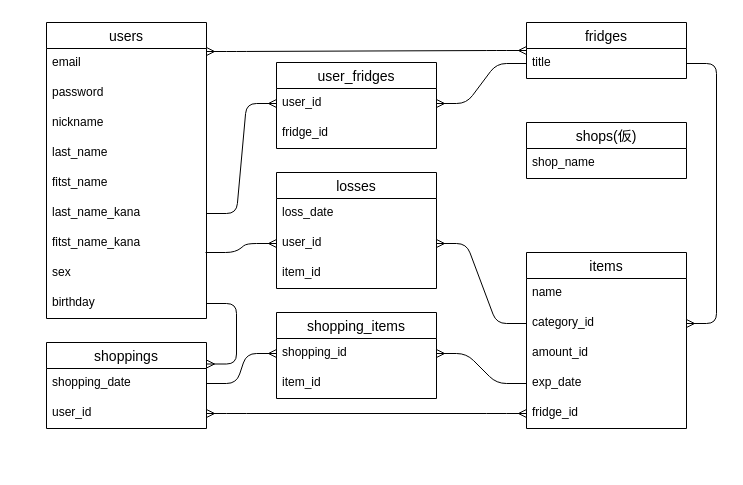
key3966/smart_fridge keeps this draw.io diagram as ER.dio. Above is the earlier version. Source tidied: cells renumbered, new cells numbered last; positions are measured from the earlier drawing's top-left corner, leaving out a move shared by most shapes. Both pictures are drawn from the tidied source at 100%, with x=0, y=0 at pixel (46, 22).
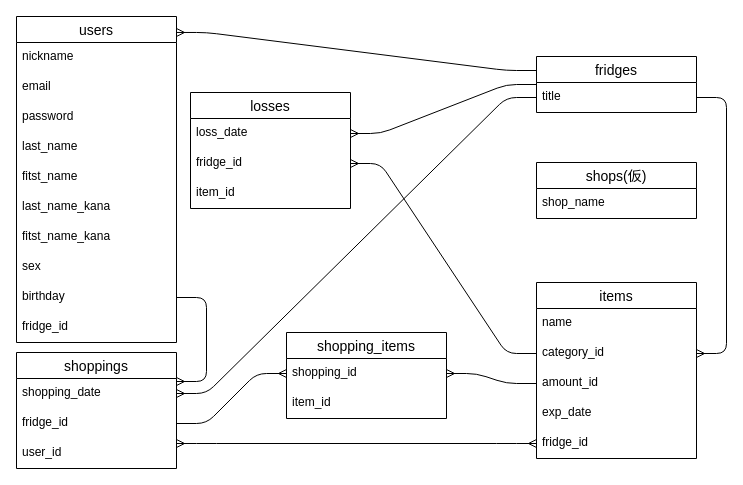
The same page after the edit.

The change refers to these unchanged cells:
```xml
<mxCell id="8" value="last_name_kana" style="text;strokeColor=none;fillColor=none;spacingLeft=4;spacingRight=4;overflow=hidden;points=[[0,0.5],[1,0.5]];portConstraint=eastwest;fontSize=12;" parent="2" vertex="1">
  <mxGeometry y="176" width="160" height="30" as="geometry" />
</mxCell>
<mxCell id="9" value="fitst_name_kana" style="text;strokeColor=none;fillColor=none;spacingLeft=4;spacingRight=4;overflow=hidden;points=[[0,0.5],[1,0.5]];portConstraint=eastwest;fontSize=12;" parent="2" vertex="1">
  <mxGeometry y="206" width="160" height="30" as="geometry" />
</mxCell>
<mxCell id="13" value="title" style="text;strokeColor=none;fillColor=none;spacingLeft=4;spacingRight=4;overflow=hidden;points=[[0,0.5],[1,0.5]];portConstraint=eastwest;fontSize=12;" parent="12" vertex="1">
  <mxGeometry y="26" width="160" height="30" as="geometry" />
</mxCell>
<mxCell id="23" value="amount_id" style="text;strokeColor=none;fillColor=none;spacingLeft=4;spacingRight=4;overflow=hidden;points=[[0,0.5],[1,0.5]];portConstraint=eastwest;fontSize=12;" parent="20" vertex="1">
  <mxGeometry y="86" width="160" height="30" as="geometry" />
</mxCell>
<mxCell id="24" value="exp_date" style="text;strokeColor=none;fillColor=none;spacingLeft=4;spacingRight=4;overflow=hidden;points=[[0,0.5],[1,0.5]];portConstraint=eastwest;fontSize=12;" parent="20" vertex="1">
  <mxGeometry y="116" width="160" height="30" as="geometry" />
</mxCell>
<mxCell id="25" value="fridge_id" style="text;strokeColor=none;fillColor=none;spacingLeft=4;spacingRight=4;overflow=hidden;points=[[0,0.5],[1,0.5]];portConstraint=eastwest;fontSize=12;" parent="20" vertex="1">
  <mxGeometry y="146" width="160" height="30" as="geometry" />
</mxCell>
<mxCell id="28" value="shopping_date" style="text;strokeColor=none;fillColor=none;spacingLeft=4;spacingRight=4;overflow=hidden;points=[[0,0.5],[1,0.5]];portConstraint=eastwest;fontSize=12;" parent="27" vertex="1">
  <mxGeometry y="26" width="160" height="30" as="geometry" />
</mxCell>
<mxCell id="31" value="loss_date" style="text;strokeColor=none;fillColor=none;spacingLeft=4;spacingRight=4;overflow=hidden;points=[[0,0.5],[1,0.5]];portConstraint=eastwest;fontSize=12;" parent="30" vertex="1">
  <mxGeometry y="26" width="160" height="30" as="geometry" />
</mxCell>
<mxCell id="39" value="shopping_id" style="text;strokeColor=none;fillColor=none;spacingLeft=4;spacingRight=4;overflow=hidden;points=[[0,0.5],[1,0.5]];portConstraint=eastwest;fontSize=12;" parent="38" vertex="1">
  <mxGeometry y="26" width="160" height="30" as="geometry" />
</mxCell>
```

The edit, as a diff of the source:
```diff
@@
     <mxCell id="2" value="users" style="swimlane;fontStyle=0;horizontal=1;startSize=26;align=center;fontSize=14;" parent="1" vertex="1">
-      <mxGeometry width="160" height="296" as="geometry" />
+      <mxGeometry x="-30" y="-6" width="160" height="326" as="geometry" />
     </mxCell>
+    <mxCell id="5" value="nickname" style="text;strokeColor=none;fillColor=none;spacingLeft=4;spacingRight=4;overflow=hidden;fontSize=12;" parent="2" vertex="1">
+      <mxGeometry y="26" width="160" height="30" as="geometry" />
+    </mxCell>
     <mxCell id="3" value="email" style="text;strokeColor=none;fillColor=none;spacingLeft=4;spacingRight=4;overflow=hidden;points=[[0,0.5],[1,0.5]];portConstraint=eastwest;fontSize=12;" parent="2" vertex="1">
-      <mxGeometry y="26" width="160" height="30" as="geometry" />
+      <mxGeometry y="56" width="160" height="30" as="geometry" />
     </mxCell>
     <mxCell id="4" value="password" style="text;strokeColor=none;fillColor=none;spacingLeft=4;spacingRight=4;overflow=hidden;fontSize=12;" parent="2" vertex="1">
-      <mxGeometry y="56" width="160" height="30" as="geometry" />
+      <mxGeometry y="86" width="160" height="30" as="geometry" />
     </mxCell>
-    <mxCell id="5" value="nickname" style="text;strokeColor=none;fillColor=none;spacingLeft=4;spacingRight=4;overflow=hidden;fontSize=12;" parent="2" vertex="1">
-      <mxGeometry y="86" width="160" height="30" as="geometry" />
-    </mxCell>
@@
+    <mxCell id="45" value="fridge_id" style="text;strokeColor=none;fillColor=none;spacingLeft=4;spacingRight=4;overflow=hidden;fontSize=12;" parent="2" vertex="1">
+      <mxGeometry y="296" width="160" height="30" as="geometry" />
+    </mxCell>
     <mxCell id="12" value="fridges" style="swimlane;fontStyle=0;horizontal=1;startSize=26;align=center;fontSize=14;" parent="1" vertex="1">
-      <mxGeometry x="480" width="160" height="56" as="geometry" />
+      <mxGeometry x="490" y="34" width="160" height="56" as="geometry" />
     </mxCell>
@@
-    <mxCell id="14" style="edgeStyle=entityRelationEdgeStyle;fontSize=12;html=1;endArrow=ERmany;startArrow=ERmany;entryX=0;entryY=0.5;entryDx=0;entryDy=0;exitX=1;exitY=0.1;exitDx=0;exitDy=0;exitPerimeter=0;" parent="1" edge="1" source="3" target="12">
-      <mxGeometry relative="1" as="geometry" />
-    </mxCell>
-    <mxCell id="15" value="user_fridges" style="swimlane;fontStyle=0;horizontal=1;startSize=26;align=center;fontSize=14;" parent="1" vertex="1">
-      <mxGeometry x="230" y="40" width="160" height="86" as="geometry" />
-    </mxCell>
-    <mxCell id="16" value="user_id" style="text;strokeColor=none;fillColor=none;spacingLeft=4;spacingRight=4;overflow=hidden;points=[[0,0.5],[1,0.5]];portConstraint=eastwest;fontSize=12;" parent="15" vertex="1">
-      <mxGeometry y="26" width="160" height="30" as="geometry" />
-    </mxCell>
-    <mxCell id="17" value="fridge_id" style="text;strokeColor=none;fillColor=none;spacingLeft=4;spacingRight=4;overflow=hidden;points=[[0,0.5],[1,0.5]];portConstraint=eastwest;fontSize=12;" parent="15" vertex="1">
-      <mxGeometry y="56" width="160" height="30" as="geometry" />
-    </mxCell>
-    <mxCell id="18" style="edgeStyle=entityRelationEdgeStyle;fontSize=12;html=1;endArrow=ERmany;entryX=0;entryY=0.5;entryDx=0;entryDy=0;exitX=1;exitY=0.5;exitDx=0;exitDy=0;" parent="1" edge="1" source="8" target="16">
-      <mxGeometry relative="1" as="geometry" />
-    </mxCell>
-    <mxCell id="19" style="edgeStyle=entityRelationEdgeStyle;fontSize=12;html=1;endArrow=ERmany;exitX=0;exitY=0.5;exitDx=0;exitDy=0;" parent="1" edge="1" source="13" target="16">
-      <mxGeometry relative="1" as="geometry" />
-    </mxCell>
     <mxCell id="20" value="items" style="swimlane;fontStyle=0;horizontal=1;startSize=26;align=center;fontSize=14;" parent="1" vertex="1">
-      <mxGeometry x="480" y="230" width="160" height="176" as="geometry" />
+      <mxGeometry x="490" y="260" width="160" height="176" as="geometry" />
     </mxCell>
@@
     <mxCell id="27" value="shoppings" style="swimlane;fontStyle=0;horizontal=1;startSize=26;align=center;fontSize=14;" parent="1" vertex="1">
-      <mxGeometry y="320" width="160" height="86" as="geometry" />
+      <mxGeometry x="-30" y="330" width="160" height="116" as="geometry" />
     </mxCell>
@@
+    <mxCell id="17" value="fridge_id" style="text;strokeColor=none;fillColor=none;spacingLeft=4;spacingRight=4;overflow=hidden;points=[[0,0.5],[1,0.5]];portConstraint=eastwest;fontSize=12;" parent="27" vertex="1">
+      <mxGeometry y="56" width="160" height="30" as="geometry" />
+    </mxCell>
     <mxCell id="29" value="user_id" style="text;strokeColor=none;fillColor=none;spacingLeft=4;spacingRight=4;overflow=hidden;points=[[0,0.5],[1,0.5]];portConstraint=eastwest;fontSize=12;" parent="27" vertex="1">
-      <mxGeometry y="56" width="160" height="30" as="geometry" />
+      <mxGeometry y="86" width="160" height="30" as="geometry" />
     </mxCell>
     <mxCell id="30" value="losses" style="swimlane;fontStyle=0;horizontal=1;startSize=26;align=center;fontSize=14;" parent="1" vertex="1">
-      <mxGeometry x="230" y="150" width="160" height="116" as="geometry" />
+      <mxGeometry x="144" y="70" width="160" height="116" as="geometry" />
     </mxCell>
@@
-    <mxCell id="32" value="user_id" style="text;strokeColor=none;fillColor=none;spacingLeft=4;spacingRight=4;overflow=hidden;points=[[0,0.5],[1,0.5]];portConstraint=eastwest;fontSize=12;" parent="30" vertex="1">
+    <mxCell id="32" value="fridge_id" style="text;strokeColor=none;fillColor=none;spacingLeft=4;spacingRight=4;overflow=hidden;points=[[0,0.5],[1,0.5]];portConstraint=eastwest;fontSize=12;" parent="30" vertex="1">
       <mxGeometry y="56" width="160" height="30" as="geometry" />
     </mxCell>
@@
-    <mxCell id="34" style="edgeStyle=entityRelationEdgeStyle;fontSize=12;html=1;endArrow=ERmany;exitX=0.994;exitY=0.8;exitDx=0;exitDy=0;exitPerimeter=0;entryX=0;entryY=0.5;entryDx=0;entryDy=0;" parent="1" edge="1" source="9" target="32">
+    <mxCell id="34" style="edgeStyle=entityRelationEdgeStyle;fontSize=12;html=1;endArrow=ERmany;exitX=0;exitY=0.5;exitDx=0;exitDy=0;entryX=1;entryY=0.5;entryDx=0;entryDy=0;" parent="1" edge="1" source="12" target="31">
       <mxGeometry relative="1" as="geometry" />
     </mxCell>
@@
-    <mxCell id="37" style="edgeStyle=entityRelationEdgeStyle;fontSize=12;html=1;endArrow=ERmany;startArrow=ERmany;exitX=1;exitY=0.5;exitDx=0;exitDy=0;entryX=0;entryY=0.5;entryDx=0;entryDy=0;" parent="1" edge="1" source="29" target="25">
-      <mxGeometry relative="1" as="geometry" />
+    <mxCell id="37" style="edgeStyle=entityRelationEdgeStyle;fontSize=12;html=1;endArrow=ERmany;startArrow=ERmany;entryX=0;entryY=0.5;entryDx=0;entryDy=0;" parent="1" edge="1" target="25">
+      <mxGeometry relative="1" as="geometry">
+        <mxPoint x="130" y="421" as="sourcePoint" />
+      </mxGeometry>
     </mxCell>
     <mxCell id="38" value="shopping_items" style="swimlane;fontStyle=0;horizontal=1;startSize=26;align=center;fontSize=14;" parent="1" vertex="1">
-      <mxGeometry x="230" y="290" width="160" height="86" as="geometry" />
+      <mxGeometry x="240" y="310" width="160" height="86" as="geometry" />
     </mxCell>
@@
-    <mxCell id="41" style="edgeStyle=entityRelationEdgeStyle;fontSize=12;html=1;endArrow=ERmany;entryX=0;entryY=0.5;entryDx=0;entryDy=0;exitX=1;exitY=0.5;exitDx=0;exitDy=0;" parent="1" edge="1" source="28" target="39">
+    <mxCell id="41" style="edgeStyle=entityRelationEdgeStyle;fontSize=12;html=1;endArrow=ERmany;entryX=0;entryY=0.5;entryDx=0;entryDy=0;exitX=1;exitY=0.5;exitDx=0;exitDy=0;" parent="1" edge="1" source="17" target="39">
       <mxGeometry relative="1" as="geometry" />
     </mxCell>
-    <mxCell id="42" style="edgeStyle=entityRelationEdgeStyle;fontSize=12;html=1;endArrow=ERmany;entryX=1;entryY=0.5;entryDx=0;entryDy=0;exitX=0;exitY=0.5;exitDx=0;exitDy=0;" parent="1" edge="1" source="24" target="39">
+    <mxCell id="42" style="edgeStyle=entityRelationEdgeStyle;fontSize=12;html=1;endArrow=ERmany;entryX=1;entryY=0.5;entryDx=0;entryDy=0;exitX=0;exitY=0.5;exitDx=0;exitDy=0;" parent="1" edge="1" source="23" target="39">
       <mxGeometry relative="1" as="geometry" />
     </mxCell>
     <mxCell id="43" value="shops(仮)" style="swimlane;fontStyle=0;horizontal=1;startSize=26;align=center;fontSize=14;" parent="1" vertex="1">
-      <mxGeometry x="480" y="100" width="160" height="56" as="geometry" />
+      <mxGeometry x="490" y="140" width="160" height="56" as="geometry" />
     </mxCell>
@@
+    <mxCell id="46" style="edgeStyle=entityRelationEdgeStyle;fontSize=12;html=1;endArrow=ERmany;exitX=0;exitY=0.5;exitDx=0;exitDy=0;entryX=1;entryY=0.5;entryDx=0;entryDy=0;" parent="1" edge="1" source="13" target="28">
+      <mxGeometry relative="1" as="geometry" />
+    </mxCell>
+    <mxCell id="47" style="edgeStyle=entityRelationEdgeStyle;fontSize=12;html=1;endArrow=ERmany;entryX=1;entryY=0.049;entryDx=0;entryDy=0;entryPerimeter=0;exitX=0;exitY=0.25;exitDx=0;exitDy=0;" parent="1" edge="1" source="12" target="2">
+      <mxGeometry relative="1" as="geometry" />
+    </mxCell>
```
